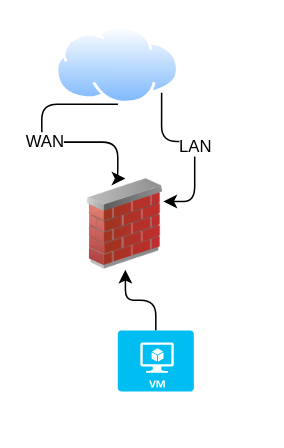
This is 201-ops/network.drawio from kevwill1992/my-ops-repo, a draw.io file, before an edit. Source tidied: cells renumbered, new cells numbered last; positions are measured from the earlier drawing's top-left corner, leaving out a move shared by most shapes. Both pictures are drawn from the tidied source at 152%, with x=0, y=0 at pixel (41, 26).
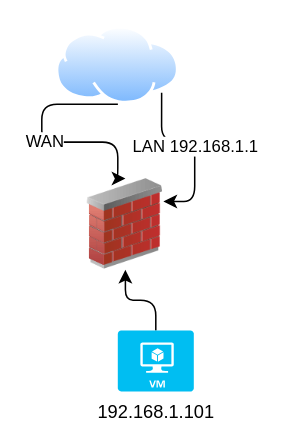
The same diagram, later.

What changed in the source:
```diff
@@
 <mxGraphModel>
   <root>
     <mxCell id="0" />
     <mxCell id="1" parent="0" />
     <mxCell id="2" value="WAN" style="edgeStyle=orthogonalEdgeStyle;html=1;exitX=0.5;exitY=1;exitDx=0;exitDy=0;entryX=0.5;entryY=0;entryDx=0;entryDy=0;" parent="1" edge="1" source="4" target="5">
       <mxGeometry relative="1" as="geometry">
         <Array as="points">
           <mxPoint y="51" />
           <mxPoint y="76" />
           <mxPoint x="50" y="76" />
         </Array>
       </mxGeometry>
     </mxCell>
-    <mxCell id="3" value="LAN" style="edgeStyle=orthogonalEdgeStyle;html=1;exitX=1;exitY=1;exitDx=0;exitDy=0;entryX=1;entryY=0.25;entryDx=0;entryDy=0;" parent="1" edge="1" source="4" target="5">
+    <mxCell id="3" value="LAN 192.168.1.1" style="edgeStyle=orthogonalEdgeStyle;html=1;exitX=1;exitY=1;exitDx=0;exitDy=0;entryX=1;entryY=0.25;entryDx=0;entryDy=0;" parent="1" edge="1" source="4" target="5">
       <mxGeometry relative="1" as="geometry" />
     </mxCell>
     <mxCell id="4" style="perimeter=ellipsePerimeter;html=1;align=center;shadow=0;dashed=0;spacingTop=3;image;image=img/lib/active_directory/internet_cloud.svg;" parent="1" vertex="1">
       <mxGeometry x="9.5" width="81.1" height="51.1" as="geometry" />
     </mxCell>
     <mxCell id="5" style="image;html=1;image=img/lib/clip_art/networking/Firewall_02_128x128.png;" parent="1" vertex="1">
       <mxGeometry x="30" y="100" width="50" height="60" as="geometry" />
     </mxCell>
     <mxCell id="6" style="edgeStyle=orthogonalEdgeStyle;html=1;entryX=0.5;entryY=1;entryDx=0;entryDy=0;" parent="1" edge="1" source="7" target="5">
       <mxGeometry relative="1" as="geometry" />
     </mxCell>
-    <mxCell id="7" style="verticalLabelPosition=bottom;html=1;verticalAlign=top;align=center;strokeColor=none;fillColor=#00BEF2;shape=mxgraph.azure.virtual_machine;" parent="1" vertex="1">
+    <mxCell id="7" value="192.168.1.101" style="verticalLabelPosition=bottom;html=1;verticalAlign=top;align=center;strokeColor=none;fillColor=#00BEF2;shape=mxgraph.azure.virtual_machine;" parent="1" vertex="1">
       <mxGeometry x="50" y="200" width="50" height="40" as="geometry" />
     </mxCell>
   </root>
 </mxGraphModel>
```
